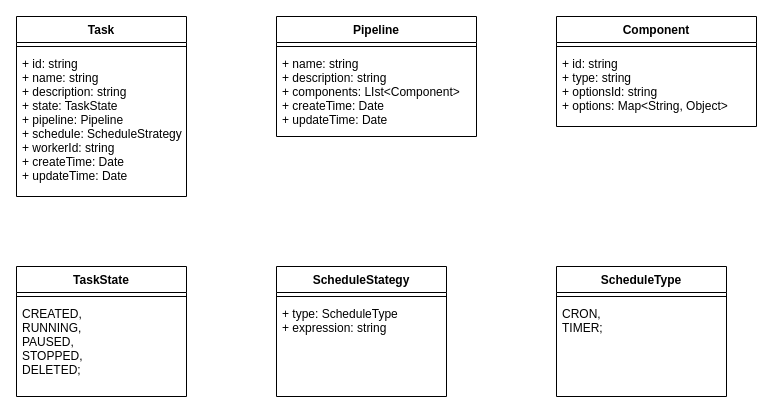
Before: page "任务-组件数据模型" (9 of 13) of 自助式接入.drawio in dophinlife/drawio, a draw.io diagram. Source tidied: cells renumbered, new cells numbered last; positions are measured from the earlier drawing's top-left corner, leaving out a move shared by most shapes. Both pictures are drawn from the tidied source at 100%, with x=0, y=0 at pixel (16, 16).
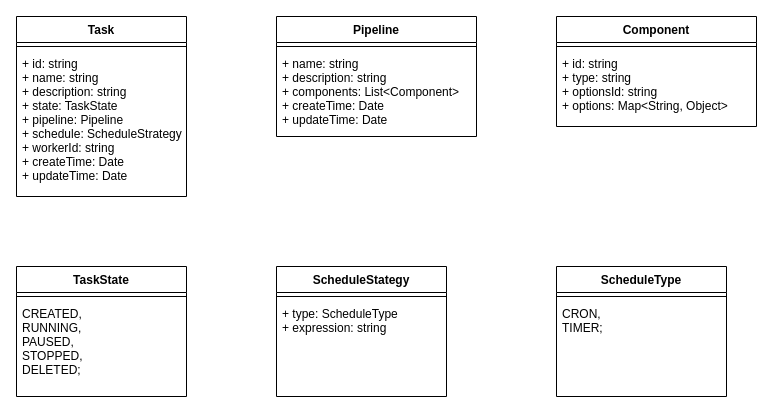
Above is the later version.

Commit message:
micro modification

The edit, as a diff of the source:
```diff
@@
 <mxGraphModel>
   <root>
     <mxCell id="0" />
     <mxCell id="1" parent="0" />
     <mxCell id="2" value="Task" style="swimlane;fontStyle=1;align=center;verticalAlign=top;horizontal=1;startSize=26;" parent="1" vertex="1">
       <mxGeometry width="170" height="180" as="geometry" />
     </mxCell>
     <mxCell id="3" style="line;strokeWidth=1;fillColor=none;align=left;verticalAlign=middle;spacingTop=-1;spacingLeft=3;spacingRight=3;labelPosition=right;" parent="2" vertex="1">
       <mxGeometry y="26" width="170" height="8" as="geometry" />
     </mxCell>
     <mxCell id="4" value="+ id: string&#10;+ name: string&#10;+ description: string&#10;+ state: TaskState&#10;+ pipeline: Pipeline&#10;+ schedule: ScheduleStrategy&#10;+ workerId: string&#10;+ createTime: Date&#10;+ updateTime: Date" style="text;strokeColor=none;fillColor=none;align=left;verticalAlign=top;spacingLeft=4;spacingRight=4;overflow=hidden;" parent="2" vertex="1">
       <mxGeometry y="34" width="170" height="146" as="geometry" />
     </mxCell>
     <mxCell id="5" value="Pipeline" style="swimlane;fontStyle=1;align=center;verticalAlign=top;horizontal=1;startSize=26;" parent="1" vertex="1">
       <mxGeometry x="260" width="200" height="120" as="geometry" />
     </mxCell>
     <mxCell id="6" style="line;strokeWidth=1;fillColor=none;align=left;verticalAlign=middle;spacingTop=-1;spacingLeft=3;spacingRight=3;labelPosition=right;" parent="5" vertex="1">
       <mxGeometry y="26" width="200" height="8" as="geometry" />
     </mxCell>
-    <mxCell id="7" value="+ name: string&#10;+ description: string&#10;+ components: LIst&lt;Component&gt;&#10;+ createTime: Date&#10;+ updateTime: Date" style="text;strokeColor=none;fillColor=none;align=left;verticalAlign=top;spacingLeft=4;spacingRight=4;overflow=hidden;" parent="5" vertex="1">
+    <mxCell id="7" value="+ name: string&#10;+ description: string&#10;+ components: List&lt;Component&gt;&#10;+ createTime: Date&#10;+ updateTime: Date" style="text;strokeColor=none;fillColor=none;align=left;verticalAlign=top;spacingLeft=4;spacingRight=4;overflow=hidden;" parent="5" vertex="1">
       <mxGeometry y="34" width="200" height="86" as="geometry" />
     </mxCell>
     <mxCell id="8" value="Component" style="swimlane;fontStyle=1;align=center;verticalAlign=top;horizontal=1;startSize=26;" parent="1" vertex="1">
       <mxGeometry x="540" width="200" height="110" as="geometry" />
     </mxCell>
     <mxCell id="9" style="line;strokeWidth=1;fillColor=none;align=left;verticalAlign=middle;spacingTop=-1;spacingLeft=3;spacingRight=3;labelPosition=right;" parent="8" vertex="1">
       <mxGeometry y="26" width="200" height="8" as="geometry" />
     </mxCell>
     <mxCell id="10" value="+ id: string&#10;+ type: string&#10;+ optionsId: string&#10;+ options: Map&lt;String, Object&gt;" style="text;strokeColor=none;fillColor=none;align=left;verticalAlign=top;spacingLeft=4;spacingRight=4;overflow=hidden;" parent="8" vertex="1">
       <mxGeometry y="34" width="200" height="76" as="geometry" />
     </mxCell>
     <mxCell id="11" value="TaskState" style="swimlane;fontStyle=1;align=center;verticalAlign=top;horizontal=1;startSize=26;" parent="1" vertex="1">
       <mxGeometry y="250" width="170" height="130" as="geometry" />
     </mxCell>
     <mxCell id="12" style="line;strokeWidth=1;fillColor=none;align=left;verticalAlign=middle;spacingTop=-1;spacingLeft=3;spacingRight=3;labelPosition=right;" parent="11" vertex="1">
       <mxGeometry y="26" width="170" height="8" as="geometry" />
     </mxCell>
     <mxCell id="13" value="CREATED,&#10;RUNNING,&#10;PAUSED,&#10;STOPPED,&#10;DELETED;" style="text;strokeColor=none;fillColor=none;align=left;verticalAlign=top;spacingLeft=4;spacingRight=4;overflow=hidden;" parent="11" vertex="1">
       <mxGeometry y="34" width="170" height="96" as="geometry" />
     </mxCell>
     <mxCell id="14" value="ScheduleStategy" style="swimlane;fontStyle=1;align=center;verticalAlign=top;horizontal=1;startSize=26;" parent="1" vertex="1">
       <mxGeometry x="260" y="250" width="170" height="130" as="geometry" />
     </mxCell>
     <mxCell id="15" style="line;strokeWidth=1;fillColor=none;align=left;verticalAlign=middle;spacingTop=-1;spacingLeft=3;spacingRight=3;labelPosition=right;" parent="14" vertex="1">
       <mxGeometry y="26" width="170" height="8" as="geometry" />
     </mxCell>
     <mxCell id="16" value="+ type: ScheduleType&#10;+ expression: string" style="text;strokeColor=none;fillColor=none;align=left;verticalAlign=top;spacingLeft=4;spacingRight=4;overflow=hidden;" parent="14" vertex="1">
       <mxGeometry y="34" width="170" height="96" as="geometry" />
     </mxCell>
     <mxCell id="17" value="ScheduleType" style="swimlane;fontStyle=1;align=center;verticalAlign=top;horizontal=1;startSize=26;" parent="1" vertex="1">
       <mxGeometry x="540" y="250" width="170" height="130" as="geometry" />
     </mxCell>
     <mxCell id="18" style="line;strokeWidth=1;fillColor=none;align=left;verticalAlign=middle;spacingTop=-1;spacingLeft=3;spacingRight=3;labelPosition=right;" parent="17" vertex="1">
       <mxGeometry y="26" width="170" height="8" as="geometry" />
     </mxCell>
     <mxCell id="19" value="CRON,&#10;TIMER;" style="text;strokeColor=none;fillColor=none;align=left;verticalAlign=top;spacingLeft=4;spacingRight=4;overflow=hidden;" parent="17" vertex="1">
       <mxGeometry y="34" width="170" height="96" as="geometry" />
     </mxCell>
   </root>
 </mxGraphModel>
```
